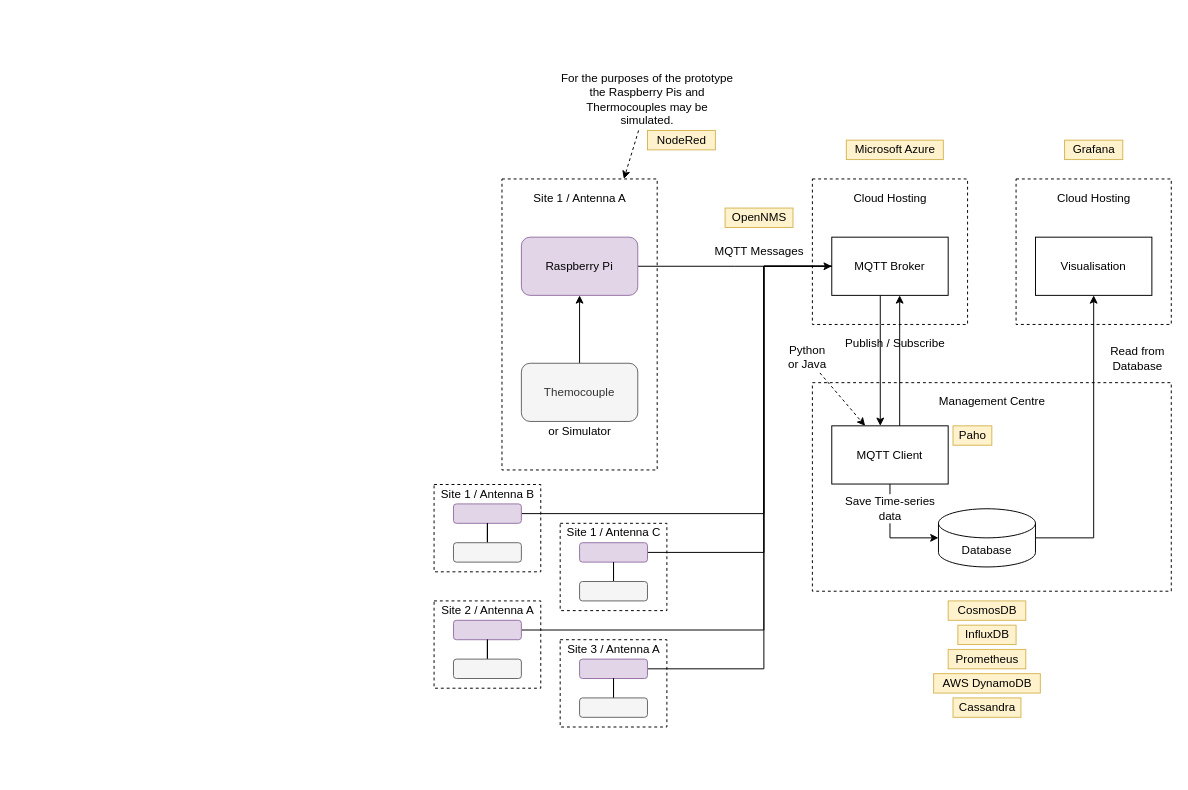
mattdear/temperature-transmitter keeps this draw.io diagram as Architecture Diagram/architecture_diagram.drawio. Above is the earlier version. Source tidied: cells renumbered, new cells numbered last; positions are measured from the earlier drawing's top-left corner, leaving out a move shared by most shapes. Both pictures are drawn from the tidied source at 97%, with x=0, y=0 at pixel (434, 72).
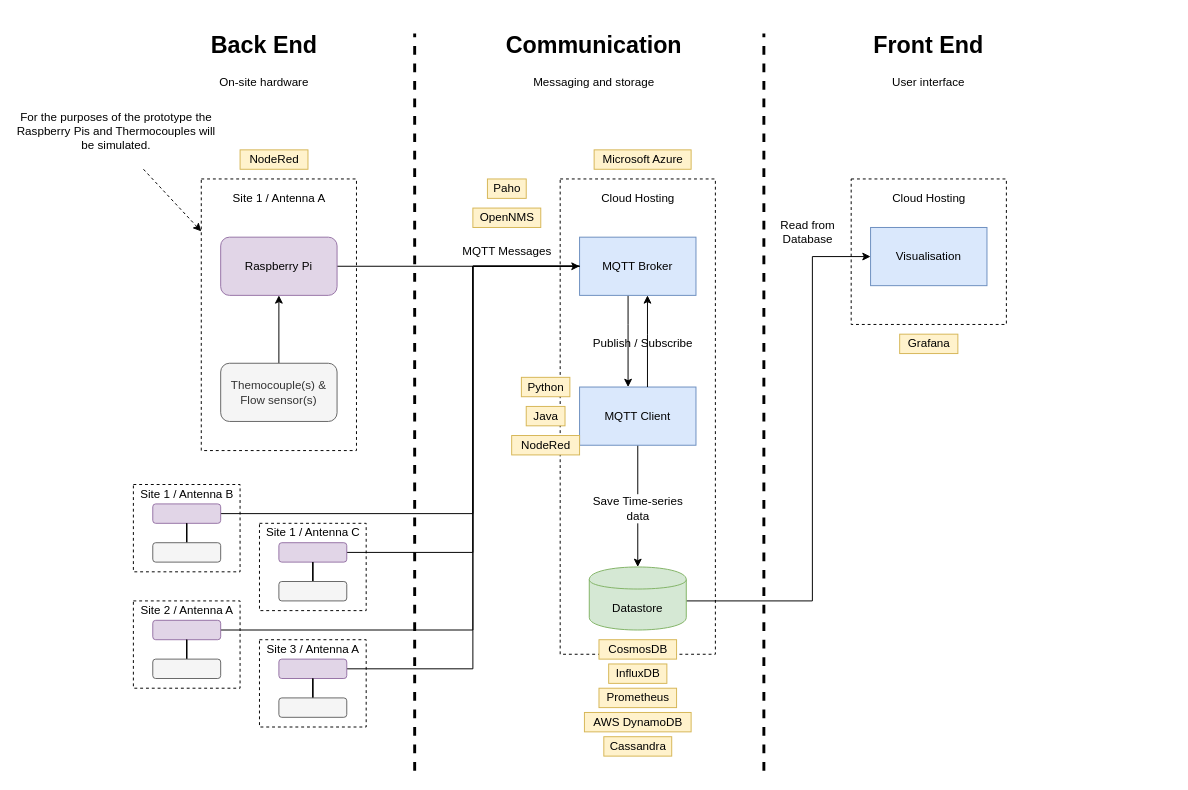
After the change.

Change to the diagram source:
```diff
@@
     <mxCell id="2" style="rounded=0;whiteSpace=wrap;html=1;dashed=1;" parent="1" vertex="1">
-      <mxGeometry x="600" y="110" width="160" height="150" as="geometry" />
+      <mxGeometry x="430" y="110" width="160" height="150" as="geometry" />
     </mxCell>
     <mxCell id="3" style="rounded=0;whiteSpace=wrap;html=1;dashed=1;" parent="1" vertex="1">
-      <mxGeometry x="390" y="110" width="160" height="150" as="geometry" />
+      <mxGeometry x="130" y="110" width="160" height="490" as="geometry" />
     </mxCell>
     <mxCell id="4" style="rounded=0;whiteSpace=wrap;html=1;dashed=1;" parent="1" vertex="1">
-      <mxGeometry x="130" y="465" width="110" height="90" as="geometry" />
+      <mxGeometry x="-180" y="465" width="110" height="90" as="geometry" />
     </mxCell>
     <mxCell id="5" style="rounded=0;whiteSpace=wrap;html=1;dashed=1;" parent="1" vertex="1">
-      <mxGeometry x="70" y="110" width="160" height="300" as="geometry" />
+      <mxGeometry x="-240" y="110" width="160" height="280" as="geometry" />
     </mxCell>
-    <mxCell id="6" style="rounded=0;whiteSpace=wrap;html=1;dashed=1;" parent="1" vertex="1">
-      <mxGeometry x="390" y="320" width="370" height="215" as="geometry" />
-    </mxCell>
     <mxCell id="7" style="edgeStyle=orthogonalEdgeStyle;rounded=0;jettySize=auto;html=1;endArrow=none;endFill=0;" parent="1" edge="1" source="8" target="14">
       <mxGeometry relative="1" as="geometry">
         <Array as="points">
-          <mxPoint x="340" y="495" />
-          <mxPoint x="340" y="200" />
+          <mxPoint x="40" y="495" />
+          <mxPoint x="40" y="200" />
         </Array>
       </mxGeometry>
     </mxCell>
     <mxCell id="8" style="rounded=1;whiteSpace=wrap;html=1;fillColor=#e1d5e7;strokeColor=#9673a6;" parent="1" vertex="1">
-      <mxGeometry x="150" y="485" width="70" height="20" as="geometry" />
+      <mxGeometry x="-160" y="485" width="70" height="20" as="geometry" />
     </mxCell>
@@
-    <mxCell id="10" value="Themocouple" style="rounded=1;whiteSpace=wrap;html=1;fillColor=#f5f5f5;strokeColor=#666666;fontColor=#333333;" parent="1" vertex="1">
-      <mxGeometry x="90" y="300" width="120" height="60" as="geometry" />
+    <mxCell id="10" value="Themocouple(s) &amp;amp; Flow sensor(s)" style="rounded=1;whiteSpace=wrap;html=1;fillColor=#f5f5f5;strokeColor=#666666;fontColor=#333333;" parent="1" vertex="1">
+      <mxGeometry x="-220" y="300" width="120" height="60" as="geometry" />
     </mxCell>
     <mxCell id="11" style="edgeStyle=orthogonalEdgeStyle;rounded=0;jettySize=auto;html=1;" parent="1" edge="1" source="12" target="14">
-      <mxGeometry relative="1" as="geometry">
-        <Array as="points">
-          <mxPoint x="310" y="200" />
-          <mxPoint x="310" y="200" />
-        </Array>
-      </mxGeometry>
+      <mxGeometry relative="1" as="geometry" />
     </mxCell>
     <mxCell id="12" value="Raspberry Pi" style="rounded=1;whiteSpace=wrap;html=1;fillColor=#e1d5e7;strokeColor=#9673a6;" parent="1" vertex="1">
-      <mxGeometry x="90" y="170" width="120" height="60" as="geometry" />
+      <mxGeometry x="-220" y="170" width="120" height="60" as="geometry" />
     </mxCell>
     <mxCell id="13" style="edgeStyle=orthogonalEdgeStyle;rounded=0;jettySize=auto;html=1;" parent="1" edge="1" source="14" target="17">
       <mxGeometry relative="1" as="geometry">
         <Array as="points">
-          <mxPoint x="460" y="260" />
-          <mxPoint x="460" y="260" />
+          <mxPoint x="200" y="260" />
+          <mxPoint x="200" y="260" />
         </Array>
       </mxGeometry>
     </mxCell>
-    <mxCell id="14" value="MQTT Broker" style="rounded=0;whiteSpace=wrap;html=1;" parent="1" vertex="1">
-      <mxGeometry x="410" y="170" width="120" height="60" as="geometry" />
+    <mxCell id="14" value="MQTT Broker" style="rounded=0;whiteSpace=wrap;html=1;fillColor=#dae8fc;strokeColor=#6c8ebf;" parent="1" vertex="1">
+      <mxGeometry x="150" y="170" width="120" height="60" as="geometry" />
     </mxCell>
-    <mxCell id="15" style="edgeStyle=orthogonalEdgeStyle;rounded=0;jettySize=auto;html=1;" parent="1" edge="1" source="30" target="29">
-      <mxGeometry relative="1" as="geometry">
-        <Array as="points">
-          <mxPoint x="470" y="480" />
-        </Array>
-      </mxGeometry>
+    <mxCell id="15" style="edgeStyle=orthogonalEdgeStyle;rounded=0;jettySize=auto;html=1;" parent="1" edge="1" source="30" target="74">
+      <mxGeometry relative="1" as="geometry" />
     </mxCell>
@@
-    <mxCell id="17" value="MQTT Client" style="rounded=0;whiteSpace=wrap;html=1;" parent="1" vertex="1">
-      <mxGeometry x="410" y="364.5" width="120" height="60" as="geometry" />
+    <mxCell id="17" value="MQTT Client" style="rounded=0;whiteSpace=wrap;html=1;fillColor=#dae8fc;strokeColor=#6c8ebf;" parent="1" vertex="1">
+      <mxGeometry x="150" y="324.5" width="120" height="60" as="geometry" />
     </mxCell>
     <mxCell id="18" value="MQTT Messages" style="text;html=1;align=center;verticalAlign=middle;" parent="1" vertex="1">
-      <mxGeometry x="280" y="175" width="110" height="20" as="geometry" />
+      <mxGeometry x="20" y="175" width="110" height="20" as="geometry" />
     </mxCell>
     <mxCell id="19" value="Microsoft Azure" style="text;html=1;align=center;verticalAlign=middle;fillColor=#fff2cc;strokeColor=#d6b656;" parent="1" vertex="1">
-      <mxGeometry x="425" y="70" width="100" height="20" as="geometry" />
+      <mxGeometry x="165" y="80" width="100" height="20" as="geometry" />
     </mxCell>
-    <mxCell id="20" value="Visualisation" style="rounded=0;whiteSpace=wrap;html=1;" parent="1" vertex="1">
-      <mxGeometry x="620" y="170" width="120" height="60" as="geometry" />
+    <mxCell id="20" value="Visualisation" style="rounded=0;whiteSpace=wrap;html=1;fillColor=#dae8fc;strokeColor=#6c8ebf;" parent="1" vertex="1">
+      <mxGeometry x="450" y="160" width="120" height="60" as="geometry" />
     </mxCell>
     <mxCell id="21" value="Read from&lt;br&gt;Database" style="text;html=1;align=center;verticalAlign=middle;rotation=0;" parent="1" vertex="1">
-      <mxGeometry x="690" y="280" width="70" height="30" as="geometry" />
+      <mxGeometry x="350" y="150" width="70" height="30" as="geometry" />
     </mxCell>
     <mxCell id="22" value="OpenNMS" style="text;html=1;align=center;verticalAlign=middle;fillColor=#fff2cc;strokeColor=#d6b656;" parent="1" vertex="1">
-      <mxGeometry x="300" y="140" width="70" height="20" as="geometry" />
+      <mxGeometry x="40" y="140" width="70" height="20" as="geometry" />
     </mxCell>
     <mxCell id="23" value="Grafana" style="text;html=1;align=center;verticalAlign=middle;fillColor=#fff2cc;strokeColor=#d6b656;" parent="1" vertex="1">
-      <mxGeometry x="650" y="70" width="60" height="20" as="geometry" />
+      <mxGeometry x="480" y="270" width="60" height="20" as="geometry" />
     </mxCell>
     <mxCell id="24" value="Cassandra" style="text;html=1;align=center;verticalAlign=middle;fillColor=#fff2cc;strokeColor=#d6b656;" parent="1" vertex="1">
-      <mxGeometry x="535" y="645" width="70" height="20" as="geometry" />
+      <mxGeometry x="175" y="685" width="70" height="20" as="geometry" />
     </mxCell>
     <mxCell id="25" value="InfluxDB" style="text;html=1;align=center;verticalAlign=middle;fillColor=#fff2cc;strokeColor=#d6b656;" parent="1" vertex="1">
-      <mxGeometry x="540" y="570" width="60" height="20" as="geometry" />
+      <mxGeometry x="180" y="610" width="60" height="20" as="geometry" />
     </mxCell>
     <mxCell id="26" value="CosmosDB" style="text;html=1;align=center;verticalAlign=middle;fillColor=#fff2cc;strokeColor=#d6b656;" parent="1" vertex="1">
-      <mxGeometry x="530" y="545" width="80" height="20" as="geometry" />
+      <mxGeometry x="170" y="585" width="80" height="20" as="geometry" />
     </mxCell>
     <mxCell id="27" value="NodeRed" style="text;html=1;align=center;verticalAlign=middle;fillColor=#fff2cc;strokeColor=#d6b656;" parent="1" vertex="1">
-      <mxGeometry x="220" y="60" width="70" height="20" as="geometry" />
+      <mxGeometry x="-200" y="80" width="70" height="20" as="geometry" />
     </mxCell>
-    <mxCell id="28" style="edgeStyle=orthogonalEdgeStyle;rounded=0;jettySize=auto;html=1;endArrow=classic;endFill=1;" parent="1" edge="1" source="29" target="20">
+    <mxCell id="28" style="edgeStyle=orthogonalEdgeStyle;rounded=0;jettySize=auto;html=1;endArrow=classic;endFill=1;" parent="1" edge="1" target="20">
       <mxGeometry relative="1" as="geometry">
+        <mxPoint x="260" y="545" as="sourcePoint" />
         <Array as="points">
-          <mxPoint x="680" y="480" />
+          <mxPoint x="390" y="545" />
+          <mxPoint x="390" y="190" />
         </Array>
       </mxGeometry>
     </mxCell>
-    <mxCell id="29" value="Database" style="shape=cylinder3;whiteSpace=wrap;html=1;boundedLbl=1;backgroundOutline=1;size=15;" parent="1" vertex="1">
-      <mxGeometry x="520" y="450" width="100" height="60" as="geometry" />
-    </mxCell>
     <mxCell id="30" value="Save Time-series&lt;br&gt;data" style="text;html=1;align=center;verticalAlign=middle;points=[];rotation=0;" parent="1" vertex="1">
-      <mxGeometry x="415" y="435" width="110" height="30" as="geometry" />
+      <mxGeometry x="155" y="435" width="110" height="30" as="geometry" />
     </mxCell>
-    <mxCell id="31" value="or Simulator" style="text;html=1;align=center;verticalAlign=middle;" parent="1" vertex="1">
-      <mxGeometry x="110" y="360" width="80" height="20" as="geometry" />
-    </mxCell>
@@
     <mxCell id="33" style="rounded=1;whiteSpace=wrap;html=1;fillColor=#f5f5f5;strokeColor=#666666;fontColor=#333333;" parent="1" vertex="1">
-      <mxGeometry x="150" y="525" width="70" height="20" as="geometry" />
+      <mxGeometry x="-160" y="525" width="70" height="20" as="geometry" />
     </mxCell>
     <mxCell id="34" value="Site 1 / Antenna C" style="text;html=1;align=center;verticalAlign=middle;" parent="1" vertex="1">
-      <mxGeometry x="130" y="465" width="110" height="20" as="geometry" />
+      <mxGeometry x="-180" y="465" width="110" height="20" as="geometry" />
     </mxCell>
     <mxCell id="35" style="rounded=0;whiteSpace=wrap;html=1;dashed=1;" parent="1" vertex="1">
-      <mxGeometry y="425" width="110" height="90" as="geometry" />
+      <mxGeometry x="-310" y="425" width="110" height="90" as="geometry" />
     </mxCell>
     <mxCell id="36" style="edgeStyle=orthogonalEdgeStyle;rounded=0;jettySize=auto;html=1;endArrow=none;endFill=0;" parent="1" edge="1" source="37" target="14">
       <mxGeometry relative="1" as="geometry">
         <Array as="points">
-          <mxPoint x="340" y="455" />
-          <mxPoint x="340" y="200" />
+          <mxPoint x="40" y="455" />
+          <mxPoint x="40" y="200" />
         </Array>
       </mxGeometry>
     </mxCell>
     <mxCell id="37" style="rounded=1;whiteSpace=wrap;html=1;fillColor=#e1d5e7;strokeColor=#9673a6;" parent="1" vertex="1">
-      <mxGeometry x="20" y="445" width="70" height="20" as="geometry" />
+      <mxGeometry x="-290" y="445" width="70" height="20" as="geometry" />
     </mxCell>
@@
     <mxCell id="39" style="rounded=1;whiteSpace=wrap;html=1;fillColor=#f5f5f5;strokeColor=#666666;fontColor=#333333;" parent="1" vertex="1">
-      <mxGeometry x="20" y="485" width="70" height="20" as="geometry" />
+      <mxGeometry x="-290" y="485" width="70" height="20" as="geometry" />
     </mxCell>
     <mxCell id="40" value="Site 1 / Antenna B" style="text;html=1;align=center;verticalAlign=middle;" parent="1" vertex="1">
-      <mxGeometry y="425" width="110" height="20" as="geometry" />
+      <mxGeometry x="-310" y="425" width="110" height="20" as="geometry" />
     </mxCell>
     <mxCell id="41" style="rounded=0;whiteSpace=wrap;html=1;dashed=1;" parent="1" vertex="1">
-      <mxGeometry y="545" width="110" height="90" as="geometry" />
+      <mxGeometry x="-310" y="545" width="110" height="90" as="geometry" />
     </mxCell>
     <mxCell id="42" style="edgeStyle=orthogonalEdgeStyle;rounded=0;jettySize=auto;html=1;endArrow=none;endFill=0;" parent="1" edge="1" source="43" target="14">
       <mxGeometry relative="1" as="geometry">
         <Array as="points">
-          <mxPoint x="340" y="575" />
-          <mxPoint x="340" y="200" />
+          <mxPoint x="40" y="575" />
+          <mxPoint x="40" y="200" />
         </Array>
       </mxGeometry>
     </mxCell>
     <mxCell id="43" style="rounded=1;whiteSpace=wrap;html=1;fillColor=#e1d5e7;strokeColor=#9673a6;" parent="1" vertex="1">
-      <mxGeometry x="20" y="565" width="70" height="20" as="geometry" />
+      <mxGeometry x="-290" y="565" width="70" height="20" as="geometry" />
     </mxCell>
@@
     <mxCell id="45" style="rounded=1;whiteSpace=wrap;html=1;fillColor=#f5f5f5;strokeColor=#666666;fontColor=#333333;" parent="1" vertex="1">
-      <mxGeometry x="20" y="605" width="70" height="20" as="geometry" />
+      <mxGeometry x="-290" y="605" width="70" height="20" as="geometry" />
     </mxCell>
     <mxCell id="46" value="Site 2 / Antenna A" style="text;html=1;align=center;verticalAlign=middle;" parent="1" vertex="1">
-      <mxGeometry y="545" width="110" height="20" as="geometry" />
+      <mxGeometry x="-310" y="545" width="110" height="20" as="geometry" />
     </mxCell>
     <mxCell id="47" style="rounded=0;whiteSpace=wrap;html=1;dashed=1;" parent="1" vertex="1">
-      <mxGeometry x="130" y="585" width="110" height="90" as="geometry" />
+      <mxGeometry x="-180" y="585" width="110" height="90" as="geometry" />
     </mxCell>
     <mxCell id="48" style="edgeStyle=orthogonalEdgeStyle;rounded=0;jettySize=auto;html=1;endArrow=none;endFill=0;" parent="1" edge="1" source="49" target="14">
       <mxGeometry relative="1" as="geometry">
         <Array as="points">
-          <mxPoint x="340" y="615" />
-          <mxPoint x="340" y="200" />
+          <mxPoint x="40" y="615" />
+          <mxPoint x="40" y="200" />
         </Array>
       </mxGeometry>
     </mxCell>
     <mxCell id="49" style="rounded=1;whiteSpace=wrap;html=1;fillColor=#e1d5e7;strokeColor=#9673a6;" parent="1" vertex="1">
-      <mxGeometry x="150" y="605" width="70" height="20" as="geometry" />
+      <mxGeometry x="-160" y="605" width="70" height="20" as="geometry" />
     </mxCell>
@@
     <mxCell id="51" style="rounded=1;whiteSpace=wrap;html=1;fillColor=#f5f5f5;strokeColor=#666666;fontColor=#333333;" parent="1" vertex="1">
-      <mxGeometry x="150" y="645" width="70" height="20" as="geometry" />
+      <mxGeometry x="-160" y="645" width="70" height="20" as="geometry" />
     </mxCell>
     <mxCell id="52" value="Site 3 / Antenna A" style="text;html=1;align=center;verticalAlign=middle;" parent="1" vertex="1">
-      <mxGeometry x="130" y="585" width="110" height="20" as="geometry" />
+      <mxGeometry x="-180" y="585" width="110" height="20" as="geometry" />
     </mxCell>
     <mxCell id="53" value="Site 1 / Antenna A" style="text;html=1;align=center;verticalAlign=middle;" parent="1" vertex="1">
-      <mxGeometry x="95" y="120" width="110" height="20" as="geometry" />
+      <mxGeometry x="-215" y="120" width="110" height="20" as="geometry" />
     </mxCell>
@@
-    <mxCell id="55" value="For the purposes of the prototype the Raspberry Pis and Thermocouples may be simulated." style="text;align=center;verticalAlign=middle;points=[];comic=0;sketch=0;imageAspect=1;overflow=fill;html=1;whiteSpace=wrap;" parent="1" vertex="1">
-      <mxGeometry x="130" width="180" height="60" as="geometry" />
+    <mxCell id="55" value="For the purposes of the prototype the Raspberry Pis and Thermocouples will be simulated." style="text;align=center;verticalAlign=middle;points=[];comic=0;sketch=0;imageAspect=1;overflow=fill;html=1;whiteSpace=wrap;" parent="1" vertex="1">
+      <mxGeometry x="-430" y="40" width="205" height="60" as="geometry" />
     </mxCell>
-    <mxCell id="56" value="Management Centre" style="text;html=1;align=center;verticalAlign=middle;" parent="1" vertex="1">
-      <mxGeometry x="515" y="330" width="120" height="20" as="geometry" />
-    </mxCell>
     <mxCell id="57" value="Publish / Subscribe" style="text;html=1;align=center;verticalAlign=middle;" parent="1" vertex="1">
-      <mxGeometry x="415" y="270" width="120" height="20" as="geometry" />
+      <mxGeometry x="155" y="270" width="120" height="20" as="geometry" />
     </mxCell>
     <mxCell id="58" style="edgeStyle=orthogonalEdgeStyle;rounded=0;jettySize=auto;html=1;" parent="1" edge="1" source="17" target="14">
       <mxGeometry relative="1" as="geometry">
         <Array as="points">
-          <mxPoint x="480" y="270" />
-          <mxPoint x="480" y="270" />
+          <mxPoint x="220" y="270" />
+          <mxPoint x="220" y="270" />
         </Array>
       </mxGeometry>
     </mxCell>
     <mxCell id="59" value="Cloud Hosting" style="text;html=1;align=center;verticalAlign=middle;" parent="1" vertex="1">
-      <mxGeometry x="425" y="120" width="90" height="20" as="geometry" />
+      <mxGeometry x="165" y="120" width="90" height="20" as="geometry" />
     </mxCell>
     <mxCell id="60" value="Prometheus" style="text;html=1;align=center;verticalAlign=middle;fillColor=#fff2cc;strokeColor=#d6b656;" parent="1" vertex="1">
-      <mxGeometry x="530" y="595" width="80" height="20" as="geometry" />
+      <mxGeometry x="170" y="635" width="80" height="20" as="geometry" />
     </mxCell>
     <mxCell id="61" value="AWS DynamoDB" style="text;html=1;align=center;verticalAlign=middle;fillColor=#fff2cc;strokeColor=#d6b656;" parent="1" vertex="1">
-      <mxGeometry x="515" y="620" width="110" height="20" as="geometry" />
+      <mxGeometry x="155" y="660" width="110" height="20" as="geometry" />
     </mxCell>
-    <mxCell id="62" value="Python or Java" style="text;align=center;verticalAlign=middle;points=[];comic=0;sketch=0;imageAspect=1;overflow=fill;html=1;whiteSpace=wrap;" parent="1" vertex="1">
-      <mxGeometry x="360" y="280" width="50" height="30" as="geometry" />
-    </mxCell>
-    <mxCell id="63" style="rounded=0;jettySize=auto;html=1;endArrow=classic;endFill=1;dashed=1;" parent="1" edge="1" source="62" target="17">
-      <mxGeometry relative="1" as="geometry" />
-    </mxCell>
     <mxCell id="64" value="Cloud Hosting" style="text;html=1;align=center;verticalAlign=middle;" parent="1" vertex="1">
-      <mxGeometry x="635" y="120" width="90" height="20" as="geometry" />
+      <mxGeometry x="465" y="120" width="90" height="20" as="geometry" />
     </mxCell>
     <mxCell id="65" value="Paho" style="text;html=1;align=center;verticalAlign=middle;fillColor=#fff2cc;strokeColor=#d6b656;" parent="1" vertex="1">
-      <mxGeometry x="535" y="364.5" width="40" height="20" as="geometry" />
+      <mxGeometry x="55" y="110" width="40" height="20" as="geometry" />
     </mxCell>
+    <mxCell id="66" value="&lt;h1&gt;Back End&lt;/h1&gt;On-site hardware" style="text;html=1;strokeColor=none;fillColor=none;align=center;verticalAlign=middle;whiteSpace=wrap;rounded=0;" parent="1" vertex="1">
+      <mxGeometry x="-280" y="-50" width="210" height="60" as="geometry" />
+    </mxCell>
+    <mxCell id="67" value="&lt;h1&gt;Communication&lt;/h1&gt;Messaging and storage" style="text;html=1;strokeColor=none;fillColor=none;align=center;verticalAlign=middle;whiteSpace=wrap;rounded=0;" parent="1" vertex="1">
+      <mxGeometry x="60" y="-50" width="210" height="60" as="geometry" />
+    </mxCell>
+    <mxCell id="68" style="endArrow=none;dashed=1;html=1;strokeWidth=3;" parent="1" edge="1">
+      <mxGeometry relative="1" as="geometry">
+        <mxPoint x="-20" y="720" as="sourcePoint" />
+        <mxPoint x="-20" y="-40" as="targetPoint" />
+      </mxGeometry>
+    </mxCell>
+    <mxCell id="69" style="endArrow=none;dashed=1;html=1;strokeWidth=3;" parent="1" edge="1">
+      <mxGeometry relative="1" as="geometry">
+        <mxPoint x="340" y="720" as="sourcePoint" />
+        <mxPoint x="340" y="-40" as="targetPoint" />
+      </mxGeometry>
+    </mxCell>
+    <mxCell id="70" value="Python" style="text;html=1;align=center;verticalAlign=middle;fillColor=#fff2cc;strokeColor=#d6b656;" parent="1" vertex="1">
+      <mxGeometry x="90" y="314.5" width="50" height="20" as="geometry" />
+    </mxCell>
+    <mxCell id="71" value="Java" style="text;html=1;align=center;verticalAlign=middle;fillColor=#fff2cc;strokeColor=#d6b656;" parent="1" vertex="1">
+      <mxGeometry x="95" y="344.5" width="40" height="20" as="geometry" />
+    </mxCell>
+    <mxCell id="72" value="NodeRed" style="text;html=1;align=center;verticalAlign=middle;fillColor=#fff2cc;strokeColor=#d6b656;" parent="1" vertex="1">
+      <mxGeometry x="80" y="374.5" width="70" height="20" as="geometry" />
+    </mxCell>
+    <mxCell id="73" value="&lt;h1&gt;Front End&lt;/h1&gt;&lt;div&gt;User interface&lt;/div&gt;" style="text;html=1;strokeColor=none;fillColor=none;align=center;verticalAlign=middle;whiteSpace=wrap;rounded=0;" parent="1" vertex="1">
+      <mxGeometry x="405" y="-50" width="210" height="60" as="geometry" />
+    </mxCell>
+    <mxCell id="74" value="Datastore" style="shape=cylinder;whiteSpace=wrap;html=1;boundedLbl=1;backgroundOutline=1;align=center;fillColor=#d5e8d4;strokeColor=#82b366;" parent="1" vertex="1">
+      <mxGeometry x="160" y="510" width="100" height="65" as="geometry" />
+    </mxCell>
```
